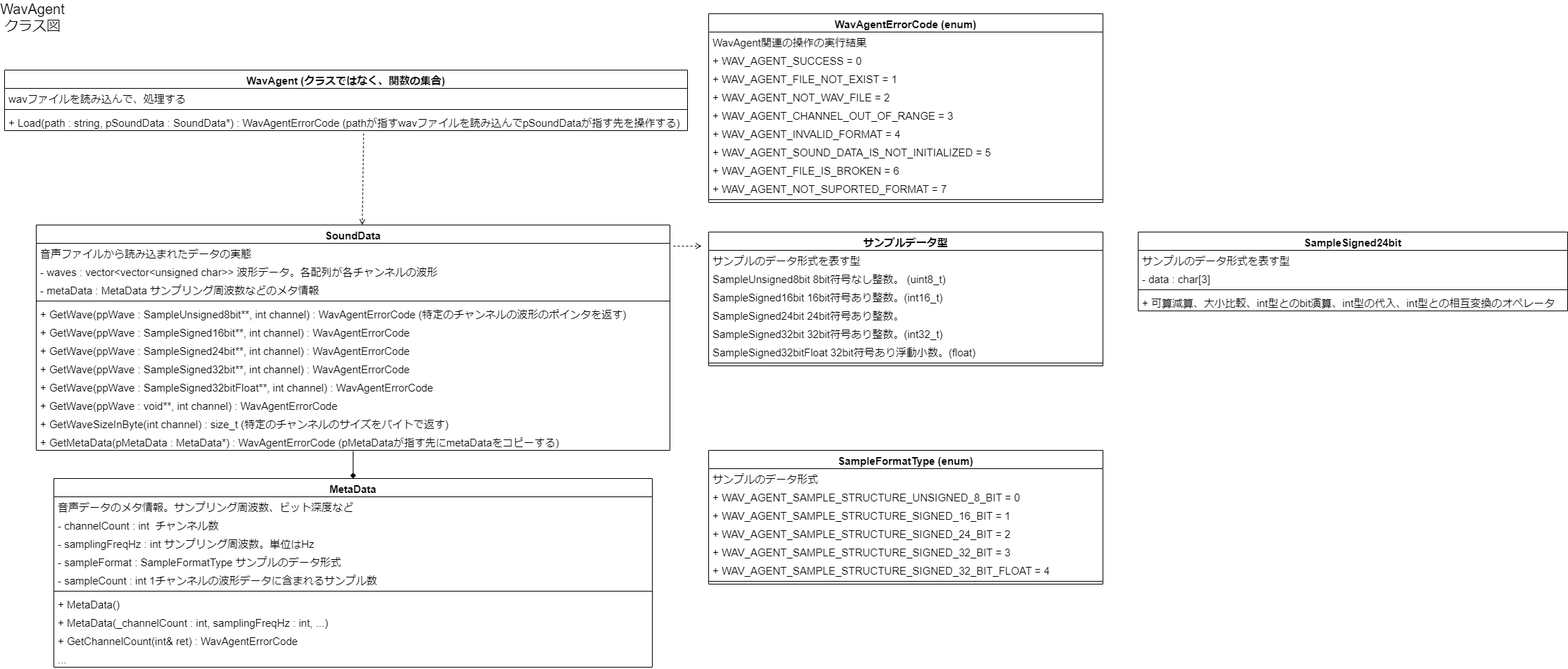
Above: design/WavAgentClassDiagram.png in Dumble009/WavAgent (draw.io), before the change. Source tidied: cells renumbered, new cells last; positions are measured from the earlier drawing's top-left corner, leaving out a move shared by most shapes.
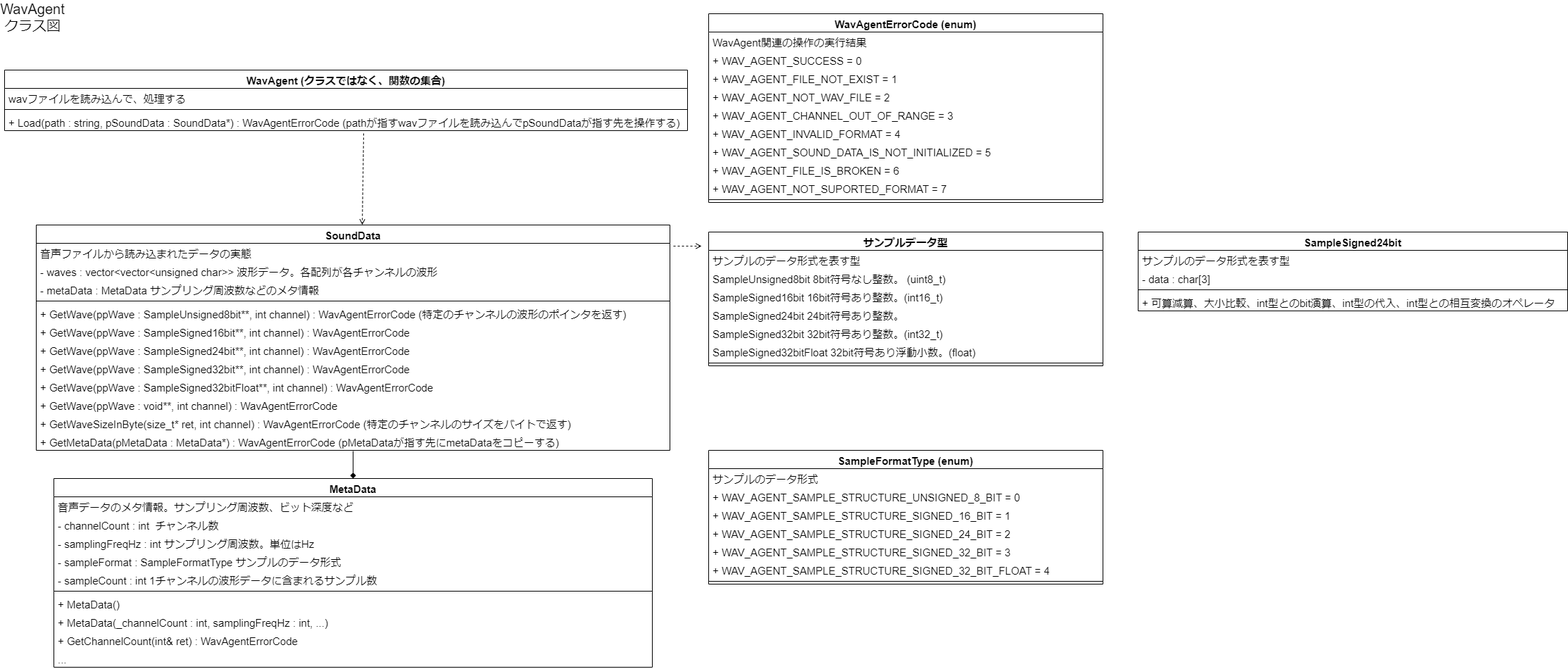
The same diagram one commit later.

What changed in the source:
```diff
@@ -56,7 +56,7 @@
     <mxCell id="18" value="+ GetWave(ppWave : void**, int channel) : WavAgentErrorCode  " style="text;strokeColor=none;fillColor=none;align=left;verticalAlign=top;spacingLeft=4;spacingRight=4;overflow=hidden;fontSize=15;" parent="8" vertex="1">
       <mxGeometry y="242" width="900" height="26" as="geometry" />
     </mxCell>
-    <mxCell id="19" value="+ GetWaveSizeInByte(int channel) : size_t (特定のチャンネルのサイズをバイトで返す)  " style="text;strokeColor=none;fillColor=none;align=left;verticalAlign=top;spacingLeft=4;spacingRight=4;overflow=hidden;fontSize=15;" parent="8" vertex="1">
+    <mxCell id="19" value="+ GetWaveSizeInByte(size_t* ret, int channel) : WavAgentErrorCode (特定のチャンネルのサイズをバイトで返す)  " style="text;strokeColor=none;fillColor=none;align=left;verticalAlign=top;spacingLeft=4;spacingRight=4;overflow=hidden;fontSize=15;" parent="8" vertex="1">
       <mxGeometry y="268" width="900" height="26" as="geometry" />
     </mxCell>
     <mxCell id="20" value="+ GetMetaData(pMetaData : MetaData*) : WavAgentErrorCode (pMetaDataが指す先にmetaDataをコピーする)" style="text;strokeColor=none;fillColor=none;align=left;verticalAlign=top;spacingLeft=4;spacingRight=4;overflow=hidden;points=[[0,0.5],[1,0.5]];portConstraint=eastwest;fontSize=15;" parent="8" vertex="1">
```
